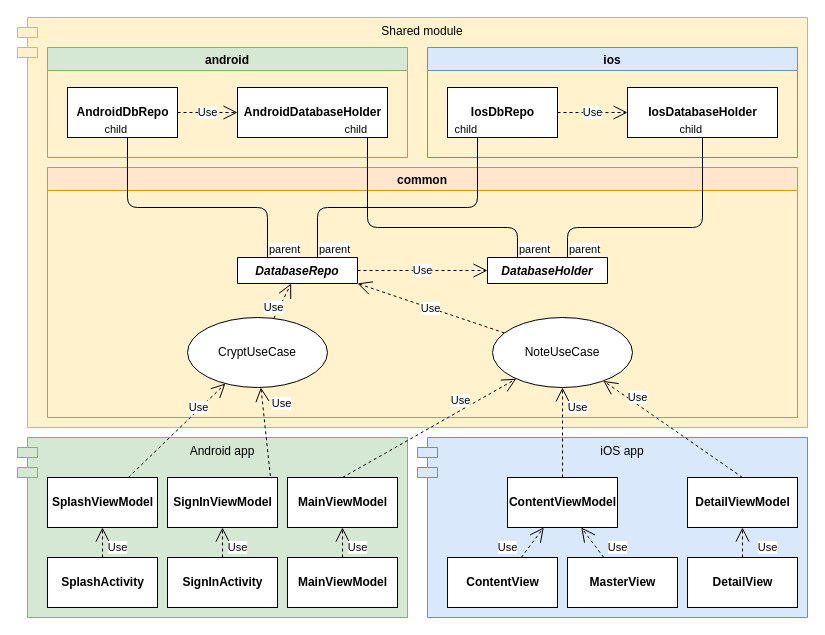
Earlier version of the draw.io diagram NoteDelightDiagram.drawio (softartdev/NoteDelight). Source tidied: cells renumbered, new cells numbered last; positions are measured from the earlier drawing's top-left corner, leaving out a move shared by most shapes. Both pictures are drawn from the tidied source at 100%, with x=0, y=0 at pixel (17, 17).
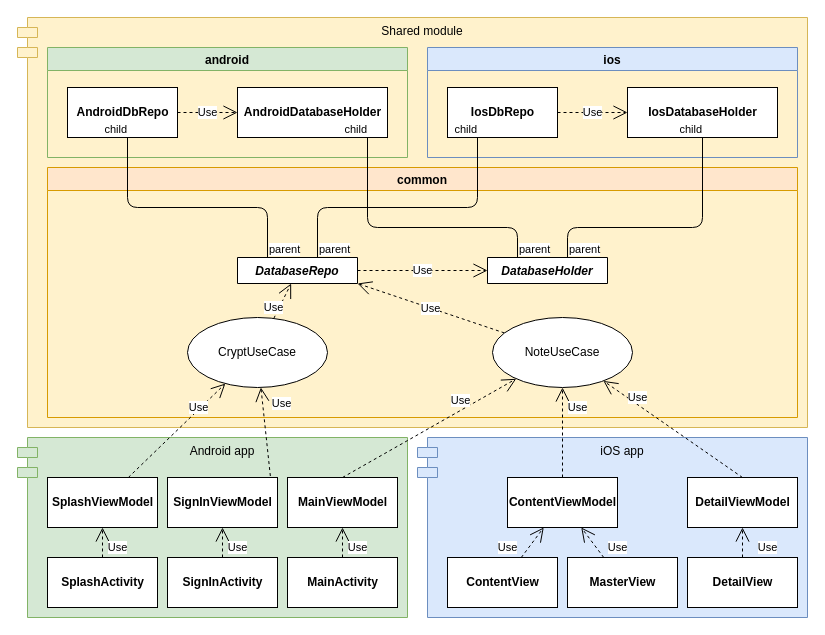
The same page after the edit.

The edit, as a diff of the source:
```diff
@@
-    <mxCell id="35" value="&lt;b&gt;MainViewModel&lt;/b&gt;" style="html=1;" parent="9" vertex="1">
+    <mxCell id="35" value="&lt;b&gt;MainActivity&lt;/b&gt;" style="html=1;" parent="9" vertex="1">
       <mxGeometry x="270" y="540" width="110" height="50" as="geometry" />
     </mxCell>
```
